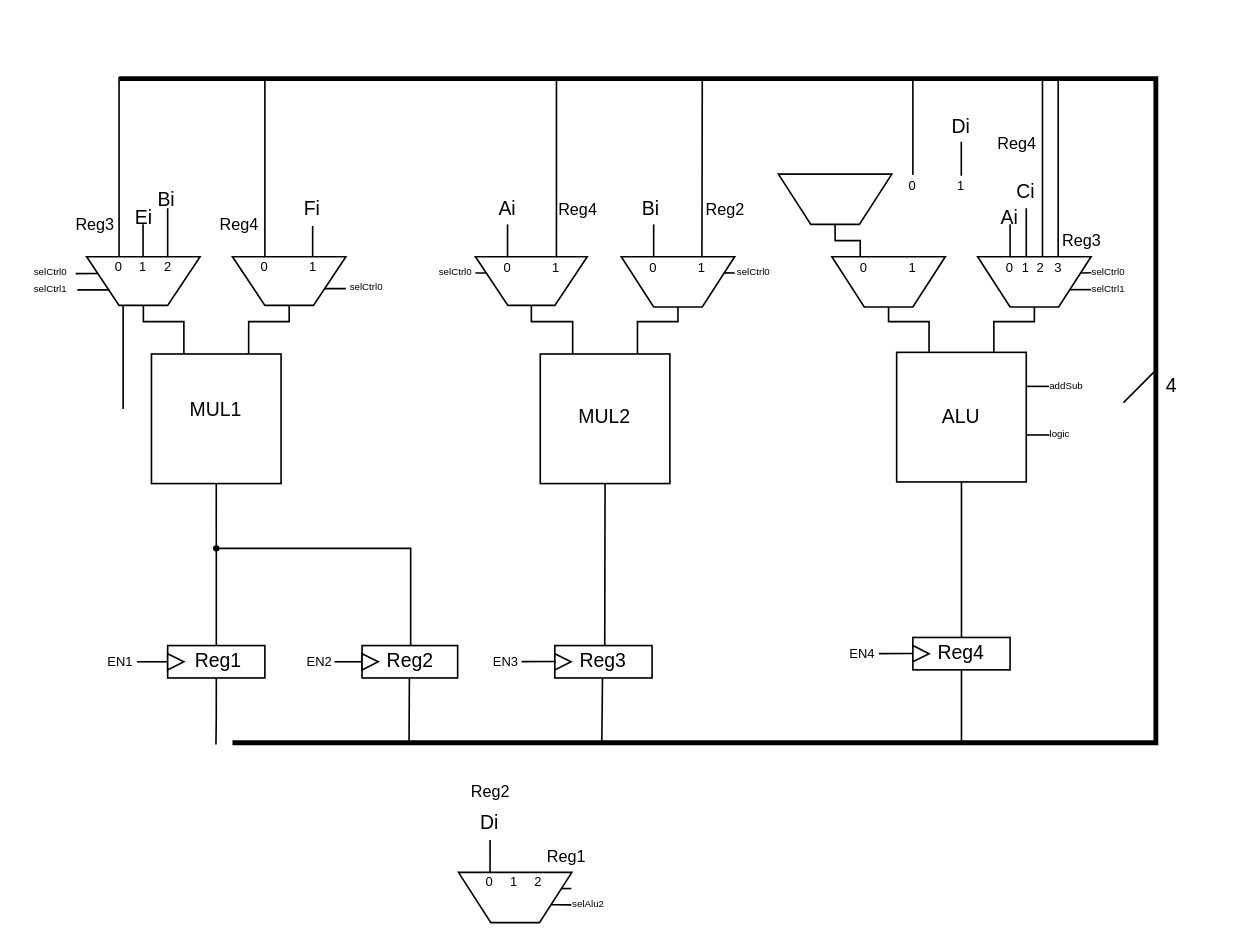
Earlier version of the draw.io diagram Untitled Diagram.drawio (FranciscoPRosa/NEEC_test). Source tidied: cells renumbered, new cells numbered last; positions are measured from the earlier drawing's top-left corner, leaving out a move shared by most shapes. Both pictures are drawn from the tidied source at 162%, with x=0, y=0 at pixel (26, 76).
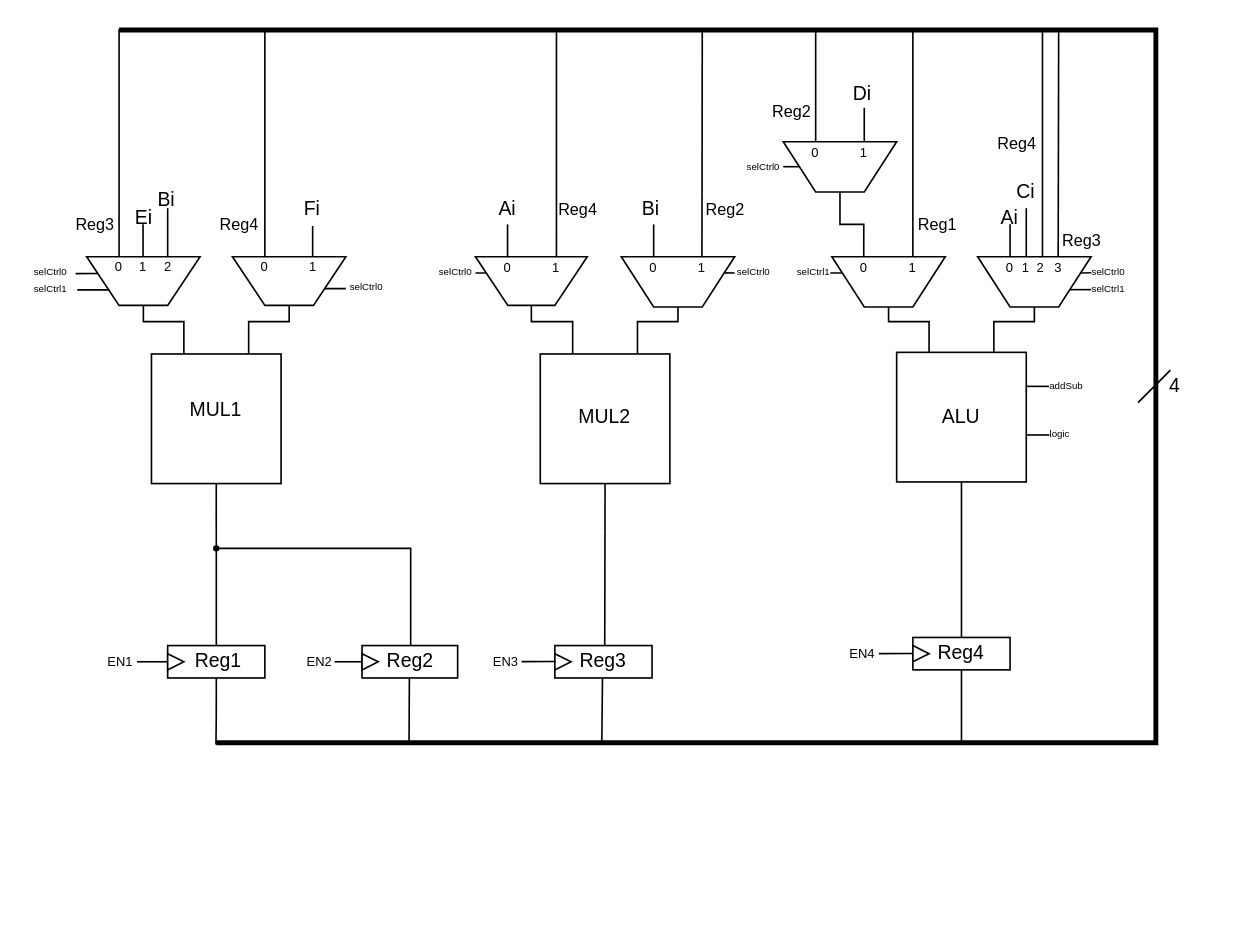
Above is the later version.

The change refers to these unchanged cells:
```xml
<mxCell id="64" value="&lt;font style=&quot;font-size: 8px;&quot;&gt;0&lt;/font&gt;" style="text;html=1;align=center;verticalAlign=middle;whiteSpace=wrap;rounded=0;" parent="1" vertex="1">
  <mxGeometry x="137" y="111" width="20" height="10" as="geometry" />
</mxCell>
<mxCell id="79" value="&lt;font style=&quot;font-size: 8px;&quot;&gt;1&lt;/font&gt;" style="text;html=1;align=center;verticalAlign=middle;whiteSpace=wrap;rounded=0;" parent="1" vertex="1">
  <mxGeometry x="317" y="112" width="20" height="10" as="geometry" />
</mxCell>
<mxCell id="81" value="&lt;font style=&quot;font-size: 8px;&quot;&gt;1&lt;/font&gt;" style="text;html=1;align=center;verticalAlign=middle;whiteSpace=wrap;rounded=0;" parent="1" vertex="1">
  <mxGeometry x="406.8" y="112" width="20" height="10" as="geometry" />
</mxCell>
<mxCell id="120" style="shape=trapezoid;perimeter=trapezoidPerimeter;whiteSpace=wrap;html=1;fixedSize=1;direction=west;" parent="1" vertex="1">
  <mxGeometry x="497" y="111" width="70" height="31" as="geometry" />
</mxCell>
```

Diff of the diagram source:
```diff
@@
-    <mxCell id="14" style="edgeStyle=orthogonalEdgeStyle;rounded=0;orthogonalLoop=1;jettySize=auto;html=1;exitX=0.25;exitY=1;exitDx=0;exitDy=0;endArrow=none;endFill=0;" parent="1" edge="1">
-      <mxGeometry relative="1" as="geometry">
-        <mxPoint x="59.5" y="205" as="sourcePoint" />
-        <mxPoint x="57" as="targetPoint" />
-        <Array as="points">
-          <mxPoint x="59.5" y="116" />
-          <mxPoint x="56.5" y="116" />
-        </Array>
-      </mxGeometry>
-    </mxCell>
@@
-    <mxCell id="32" style="endArrow=none;html=1;rounded=0;strokeWidth=3;" parent="1" edge="1">
+    <mxCell id="32" style="endArrow=none;html=1;rounded=0;strokeWidth=3;startSize=6;" parent="1" edge="1">
       <mxGeometry relative="1" as="geometry">
-        <mxPoint x="127" y="411" as="sourcePoint" />
-        <mxPoint x="57" y="1" as="targetPoint" />
+        <mxPoint x="117" y="411" as="sourcePoint" />
+        <mxPoint x="57" y="-29" as="targetPoint" />
         <Array as="points">
           <mxPoint x="427" y="411" />
           <mxPoint x="697" y="411" />
-          <mxPoint x="697" y="1" />
+          <mxPoint x="697" y="-29" />
+          <mxPoint x="377" y="-29" />
         </Array>
       </mxGeometry>
     </mxCell>
     <mxCell id="33" style="endArrow=none;html=1;rounded=0;exitX=0.5;exitY=0;exitDx=0;exitDy=0;" parent="1" edge="1" source="81">
       <mxGeometry relative="1" as="geometry">
-        <mxPoint x="417" y="1" as="targetPoint" />
+        <mxPoint x="417" y="-29" as="targetPoint" />
       </mxGeometry>
     </mxCell>
     <mxCell id="34" style="endArrow=none;html=1;rounded=0;" parent="1" edge="1">
       <mxGeometry relative="1" as="geometry">
-        <mxPoint x="677" y="201" as="sourcePoint" />
-        <mxPoint x="697" y="181" as="targetPoint" />
+        <mxPoint x="686" y="201" as="sourcePoint" />
+        <mxPoint x="706" y="181" as="targetPoint" />
       </mxGeometry>
     </mxCell>
     <mxCell id="35" value="4" style="text;html=1;align=center;verticalAlign=middle;whiteSpace=wrap;rounded=0;" parent="1" vertex="1">
-      <mxGeometry x="677" y="176" width="60" height="30" as="geometry" />
+      <mxGeometry x="697" y="176" width="24" height="30" as="geometry" />
     </mxCell>
@@
-    <mxCell id="40" value="&lt;span style=&quot;font-size: 10px;&quot;&gt;Reg1&lt;/span&gt;" style="text;html=1;align=center;verticalAlign=middle;whiteSpace=wrap;rounded=0;" parent="1" vertex="1">
-      <mxGeometry x="316.2" y="471" width="35" height="20" as="geometry" />
-    </mxCell>
@@
     <mxCell id="70" style="edgeStyle=orthogonalEdgeStyle;rounded=0;jettySize=auto;html=1;exitX=0.5;exitY=0;exitDx=0;exitDy=0;endArrow=none;endFill=0;" parent="1" edge="1" source="64">
       <mxGeometry relative="1" as="geometry">
-        <mxPoint x="177" y="1" as="targetPoint" />
+        <mxPoint x="147" y="-29" as="targetPoint" />
         <Array as="points">
-          <mxPoint x="147" y="1" />
+          <mxPoint x="147" y="-29" />
+          <mxPoint x="177" y="-29" />
         </Array>
       </mxGeometry>
     </mxCell>
@@
     <mxCell id="78" style="edgeStyle=orthogonalEdgeStyle;rounded=0;jettySize=auto;html=1;endArrow=none;endFill=0;exitX=0.499;exitY=-0.126;exitDx=0;exitDy=0;exitPerimeter=0;" parent="1" edge="1" source="79">
       <mxGeometry relative="1" as="geometry">
-        <mxPoint x="327" y="1" as="targetPoint" />
+        <mxPoint x="327" y="-29" as="targetPoint" />
       </mxGeometry>
     </mxCell>
@@
-    <mxCell id="89" style="shape=trapezoid;perimeter=trapezoidPerimeter;whiteSpace=wrap;html=1;fixedSize=1;direction=west;" parent="1" vertex="1">
-      <mxGeometry x="266.5" y="491" width="70" height="31" as="geometry" />
-    </mxCell>
@@
-    <mxCell id="99" value="&lt;font style=&quot;font-size: 8px;&quot;&gt;0&lt;/font&gt;" style="text;html=1;align=center;verticalAlign=middle;whiteSpace=wrap;rounded=0;" parent="1" vertex="1">
-      <mxGeometry x="276.2" y="491" width="20" height="10" as="geometry" />
-    </mxCell>
-    <mxCell id="100" value="&lt;font style=&quot;font-size: 8px;&quot;&gt;1&lt;/font&gt;" style="text;html=1;align=center;verticalAlign=middle;whiteSpace=wrap;rounded=0;" parent="1" vertex="1">
-      <mxGeometry x="296.2" y="491" width="10" height="10" as="geometry" />
-    </mxCell>
-    <mxCell id="101" value="&lt;font style=&quot;font-size: 8px;&quot;&gt;2&lt;/font&gt;" style="text;html=1;align=center;verticalAlign=middle;whiteSpace=wrap;rounded=0;" parent="1" vertex="1">
-      <mxGeometry x="306.2" y="491" width="20" height="10" as="geometry" />
-    </mxCell>
@@
-    <mxCell id="105" style="edgeStyle=orthogonalEdgeStyle;rounded=0;jettySize=auto;html=1;endArrow=none;endFill=0;" parent="1" edge="1" source="106">
-      <mxGeometry relative="1" as="geometry">
-        <mxPoint x="286" y="481" as="targetPoint" />
-      </mxGeometry>
-    </mxCell>
-    <mxCell id="106" value="Di" style="text;html=1;align=center;verticalAlign=middle;whiteSpace=wrap;rounded=0;" parent="1" vertex="1">
-      <mxGeometry x="276.2" y="451" width="19.6" height="20" as="geometry" />
-    </mxCell>
-    <mxCell id="107" value="&lt;span style=&quot;font-size: 10px;&quot;&gt;Reg2&lt;/span&gt;" style="text;html=1;align=center;verticalAlign=middle;whiteSpace=wrap;rounded=0;" parent="1" vertex="1">
-      <mxGeometry x="270.7" y="431" width="31" height="20" as="geometry" />
-    </mxCell>
@@
-    <mxCell id="114" value="selAlu2" style="text;html=1;align=center;verticalAlign=middle;whiteSpace=wrap;rounded=0;fontSize=6;" parent="1" vertex="1">
-      <mxGeometry x="332.2" y="506.4" width="30" height="10" as="geometry" />
-    </mxCell>
-    <mxCell id="115" style="endArrow=none;html=1;rounded=0;exitX=0.095;exitY=0.679;exitDx=0;exitDy=0;exitPerimeter=0;" parent="1" edge="1">
-      <mxGeometry relative="1" as="geometry">
-        <mxPoint x="330.2" y="501" as="sourcePoint" />
-        <mxPoint x="336.2" y="501" as="targetPoint" />
-      </mxGeometry>
-    </mxCell>
-    <mxCell id="116" style="endArrow=none;html=1;rounded=0;entryX=0.133;entryY=0.467;entryDx=0;entryDy=0;entryPerimeter=0;exitX=0.183;exitY=0.355;exitDx=0;exitDy=0;exitPerimeter=0;" parent="1" edge="1" source="89" target="114">
-      <mxGeometry relative="1" as="geometry">
-        <Array as="points">
-          <mxPoint x="326.2" y="511" />
-        </Array>
-      </mxGeometry>
-    </mxCell>
-    <mxCell id="117" style="edgeStyle=orthogonalEdgeStyle;rounded=0;jettySize=auto;html=1;entryX=0.75;entryY=1;entryDx=0;entryDy=0;endArrow=none;endFill=0;" parent="1" edge="1" source="118" target="120">
-      <mxGeometry relative="1" as="geometry">
-        <Array as="points">
-          <mxPoint x="499" y="101" />
-          <mxPoint x="514" y="101" />
-        </Array>
-      </mxGeometry>
-    </mxCell>
     <mxCell id="118" style="shape=trapezoid;perimeter=trapezoidPerimeter;whiteSpace=wrap;html=1;fixedSize=1;direction=west;" parent="1" vertex="1">
-      <mxGeometry x="464" y="60" width="70" height="31" as="geometry" />
+      <mxGeometry x="467" y="40" width="70" height="31" as="geometry" />
     </mxCell>
@@
     <mxCell id="121" style="endArrow=none;html=1;rounded=0;exitX=0.5;exitY=0;exitDx=0;exitDy=0;" parent="1" edge="1">
       <mxGeometry relative="1" as="geometry">
         <mxPoint x="627" y="111" as="sourcePoint" />
-        <mxPoint x="627" as="targetPoint" />
+        <mxPoint x="627" y="-29" as="targetPoint" />
       </mxGeometry>
     </mxCell>
     <mxCell id="122" style="endArrow=none;html=1;rounded=0;exitX=0.5;exitY=0;exitDx=0;exitDy=0;" parent="1" edge="1">
       <mxGeometry relative="1" as="geometry">
         <mxPoint x="636.7" y="111" as="sourcePoint" />
-        <mxPoint x="636.7" as="targetPoint" />
+        <mxPoint x="637" y="-29" as="targetPoint" />
       </mxGeometry>
     </mxCell>
@@
     <mxCell id="125" value="&lt;font style=&quot;font-size: 8px;&quot;&gt;0&lt;/font&gt;" style="text;html=1;align=center;verticalAlign=middle;whiteSpace=wrap;rounded=0;" parent="1" vertex="1">
-      <mxGeometry x="537" y="61" width="20" height="10" as="geometry" />
+      <mxGeometry x="477.2" y="41" width="20" height="10" as="geometry" />
     </mxCell>
     <mxCell id="126" value="&lt;font style=&quot;font-size: 8px;&quot;&gt;1&lt;/font&gt;" style="text;html=1;align=center;verticalAlign=middle;whiteSpace=wrap;rounded=0;" parent="1" vertex="1">
-      <mxGeometry x="567" y="61" width="20" height="10" as="geometry" />
+      <mxGeometry x="507.2" y="41" width="20" height="10" as="geometry" />
     </mxCell>
-    <mxCell id="127" style="endArrow=none;html=1;rounded=0;" parent="1" edge="1">
+    <mxCell id="127" style="endArrow=none;html=1;rounded=0;exitX=0.5;exitY=0;exitDx=0;exitDy=0;" parent="1" edge="1">
       <mxGeometry relative="1" as="geometry">
-        <mxPoint x="547" y="60.5" as="sourcePoint" />
-        <mxPoint x="547" y="1.5" as="targetPoint" />
+        <mxPoint x="547" y="111" as="sourcePoint" />
+        <mxPoint x="547" y="-29" as="targetPoint" />
       </mxGeometry>
     </mxCell>
     <mxCell id="128" style="edgeStyle=orthogonalEdgeStyle;rounded=0;orthogonalLoop=1;jettySize=auto;html=1;endArrow=none;endFill=0;entryX=0.49;entryY=0.1;entryDx=0;entryDy=0;entryPerimeter=0;" parent="1" edge="1">
       <mxGeometry relative="1" as="geometry">
-        <mxPoint x="576.9" y="40" as="sourcePoint" />
-        <mxPoint x="576.9" y="61" as="targetPoint" />
+        <mxPoint x="517" y="19" as="sourcePoint" />
+        <mxPoint x="517" y="40" as="targetPoint" />
         <Array as="points">
-          <mxPoint x="577.1" y="51" />
-          <mxPoint x="577.1" y="51" />
+          <mxPoint x="517.2" y="30" />
+          <mxPoint x="517.2" y="30" />
         </Array>
       </mxGeometry>
     </mxCell>
     <mxCell id="129" value="Di" style="text;html=1;align=center;verticalAlign=middle;whiteSpace=wrap;rounded=0;" parent="1" vertex="1">
-      <mxGeometry x="567" y="21" width="19.6" height="20" as="geometry" />
+      <mxGeometry x="506" y="1" width="19.6" height="20" as="geometry" />
     </mxCell>
+    <mxCell id="117" style="edgeStyle=orthogonalEdgeStyle;rounded=0;jettySize=auto;html=1;entryX=0.719;entryY=1;entryDx=0;entryDy=0;entryPerimeter=0;endArrow=none;endFill=0;" parent="1" edge="1" source="118" target="120">
+      <mxGeometry relative="1" as="geometry" />
+    </mxCell>
+    <mxCell id="130" value="selCtrl1" style="text;html=1;align=center;verticalAlign=middle;whiteSpace=wrap;rounded=0;fontSize=6;" parent="1" vertex="1">
+      <mxGeometry x="471" y="116.4" width="30" height="10" as="geometry" />
+    </mxCell>
+    <mxCell id="40" value="&lt;span style=&quot;font-size: 10px;&quot;&gt;Reg1&lt;/span&gt;" style="text;html=1;align=center;verticalAlign=middle;whiteSpace=wrap;rounded=0;" parent="1" vertex="1">
+      <mxGeometry x="547" y="81" width="31" height="20" as="geometry" />
+    </mxCell>
+    <mxCell id="131" style="edgeStyle=orthogonalEdgeStyle;rounded=0;orthogonalLoop=1;jettySize=auto;html=1;endArrow=none;endFill=0;entryX=0.49;entryY=0.1;entryDx=0;entryDy=0;entryPerimeter=0;" parent="1" edge="1">
+      <mxGeometry relative="1" as="geometry">
+        <mxPoint x="487" y="-29" as="sourcePoint" />
+        <mxPoint x="487" y="40" as="targetPoint" />
+        <Array as="points">
+          <mxPoint x="487.2" y="30" />
+          <mxPoint x="487.2" y="30" />
+        </Array>
+      </mxGeometry>
+    </mxCell>
+    <mxCell id="107" value="&lt;span style=&quot;font-size: 10px;&quot;&gt;Reg2&lt;/span&gt;" style="text;html=1;align=center;verticalAlign=middle;whiteSpace=wrap;rounded=0;" parent="1" vertex="1">
+      <mxGeometry x="457" y="11" width="31" height="20" as="geometry" />
+    </mxCell>
+    <mxCell id="132" style="edgeStyle=orthogonalEdgeStyle;rounded=0;orthogonalLoop=1;jettySize=auto;html=1;exitX=0.5;exitY=0;exitDx=0;exitDy=0;endArrow=none;endFill=0;" parent="1" edge="1">
+      <mxGeometry relative="1" as="geometry">
+        <mxPoint x="57" y="110.5" as="sourcePoint" />
+        <mxPoint x="77" y="-29" as="targetPoint" />
+        <Array as="points">
+          <mxPoint x="57" y="-29" />
+          <mxPoint x="87" y="-29" />
+        </Array>
+      </mxGeometry>
+    </mxCell>
+    <mxCell id="133" value="selCtrl0" style="text;html=1;align=center;verticalAlign=middle;whiteSpace=wrap;rounded=0;fontSize=6;" parent="1" vertex="1">
+      <mxGeometry x="440" y="50.5" width="30" height="10" as="geometry" />
+    </mxCell>
+    <mxCell id="134" style="endArrow=none;html=1;rounded=0;exitX=1;exitY=0.5;exitDx=0;exitDy=0;" parent="1" edge="1">
+      <mxGeometry relative="1" as="geometry">
+        <mxPoint x="477" y="55.4" as="sourcePoint" />
+        <mxPoint x="467" y="55.4" as="targetPoint" />
+      </mxGeometry>
+    </mxCell>
+    <mxCell id="135" style="endArrow=none;html=1;rounded=0;exitX=0.912;exitY=0.678;exitDx=0;exitDy=0;exitPerimeter=0;" parent="1" edge="1" source="120">
+      <mxGeometry relative="1" as="geometry">
+        <mxPoint x="496" y="121" as="targetPoint" />
+      </mxGeometry>
+    </mxCell>
```
